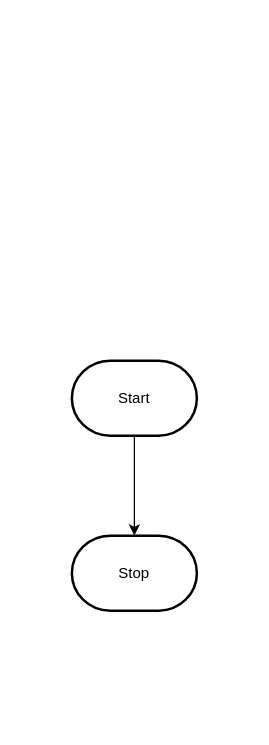
Earlier version of the draw.io diagram design/flowchart.drawio (MTHS-ICS2O-2-2022/ICS2O-Unit-3-03-rachel-oromo). Source tidied: cells renumbered, new cells numbered last; positions are measured from the earlier drawing's top-left corner, leaving out a move shared by most shapes. Both pictures are drawn from the tidied source at 125%, with x=0, y=0 at pixel (71, 360).
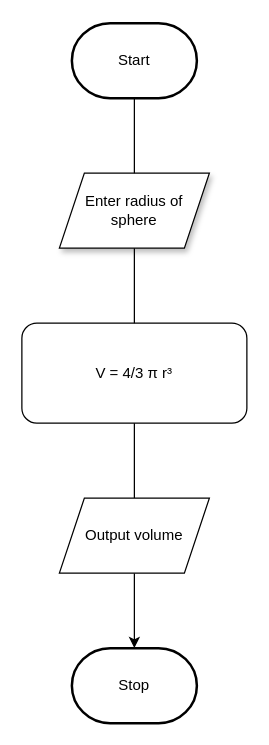
Above is the later version.

Change to the diagram source:
```diff
@@
 <mxGraphModel>
   <root>
     <mxCell id="0" />
     <mxCell id="1" parent="0" />
-    <mxCell id="2" style="edgeStyle=orthogonalEdgeStyle;html=1;rounded=0;" parent="1" edge="1" source="3" target="4">
+    <mxCell id="2" style="edgeStyle=orthogonalEdgeStyle;html=1;rounded=0;startArrow=none;" parent="1" edge="1" source="6" target="4">
       <mxGeometry relative="1" as="geometry" />
     </mxCell>
     <mxCell id="3" value="Start" style="strokeWidth=2;html=1;shape=mxgraph.flowchart.terminator;whiteSpace=wrap;" parent="1" vertex="1">
-      <mxGeometry width="100" height="60" as="geometry" />
+      <mxGeometry y="-270" width="100" height="60" as="geometry" />
     </mxCell>
     <mxCell id="4" value="Stop" style="strokeWidth=2;html=1;shape=mxgraph.flowchart.terminator;whiteSpace=wrap;" parent="1" vertex="1">
-      <mxGeometry y="140" width="100" height="60" as="geometry" />
+      <mxGeometry y="230" width="100" height="60" as="geometry" />
     </mxCell>
+    <mxCell id="5" style="edgeStyle=orthogonalEdgeStyle;html=1;rounded=0;endArrow=none;" parent="1" edge="1" source="3" target="6">
+      <mxGeometry relative="1" as="geometry" />
+    </mxCell>
+    <mxCell id="6" value="Output volume" style="shape=parallelogram;perimeter=parallelogramPerimeter;whiteSpace=wrap;html=1;fixedSize=1;fillColor=default;" parent="1" vertex="1">
+      <mxGeometry x="-10" y="110" width="120" height="60" as="geometry" />
+    </mxCell>
+    <mxCell id="7" value="Enter radius of sphere" style="shape=parallelogram;perimeter=parallelogramPerimeter;whiteSpace=wrap;html=1;fixedSize=1;fillColor=default;shadow=1;" parent="1" vertex="1">
+      <mxGeometry x="-10" y="-150" width="120" height="60" as="geometry" />
+    </mxCell>
+    <mxCell id="8" value="V = 4/3&amp;nbsp;π r³" style="rounded=1;whiteSpace=wrap;html=1;" parent="1" vertex="1">
+      <mxGeometry x="-40" y="-30" width="180" height="80" as="geometry" />
+    </mxCell>
   </root>
 </mxGraphModel>
```
